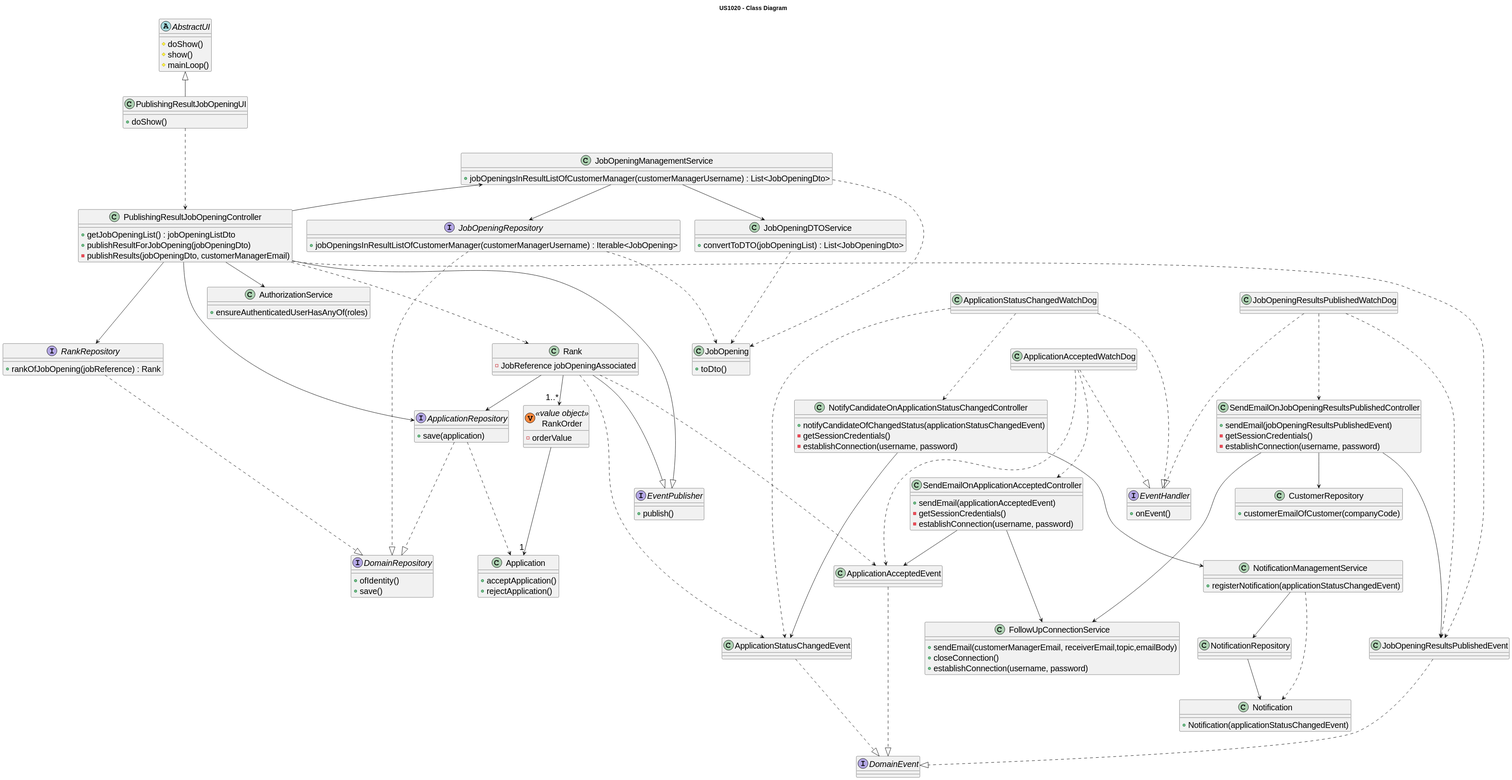
Before: docs/sprint-c/us_1020/design-diagrams/class-diagram.svg, a diagram exported from PlantUML (rita-barbosa/LAPR4-2324).
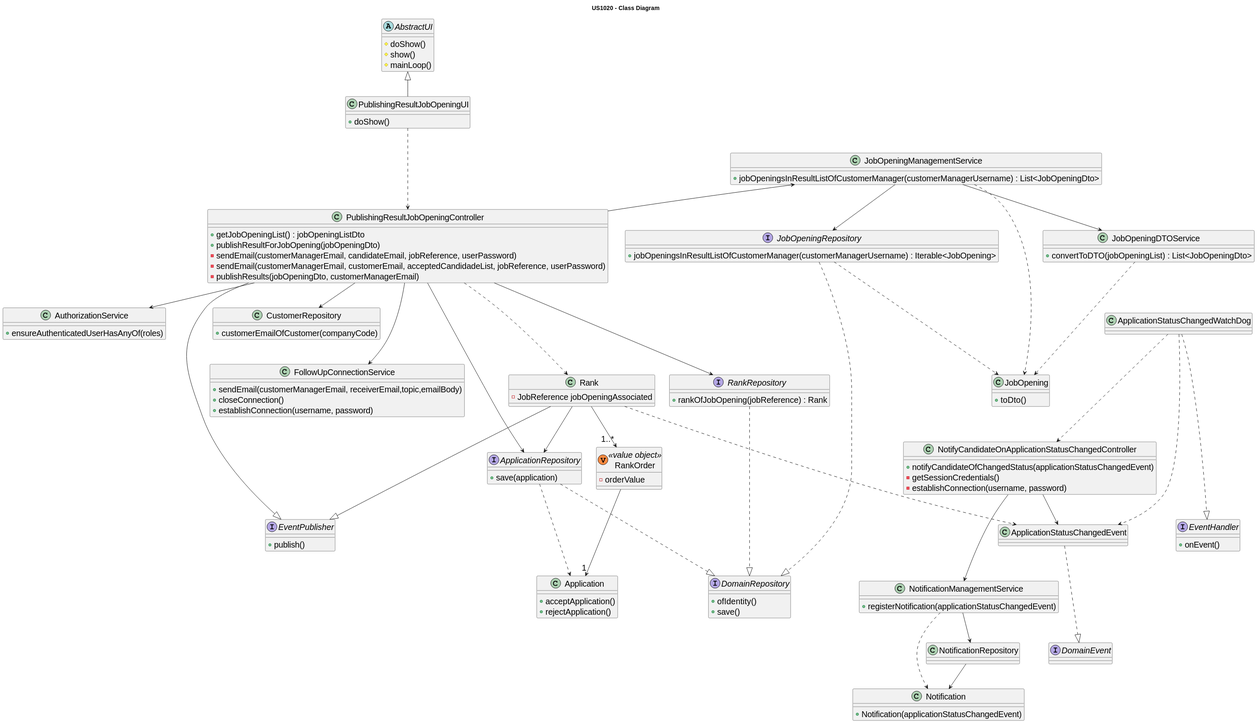
After the commit.

The edit, as a diff of the source:
```diff
@@ -18,6 +18,8 @@
 class PublishingResultJobOpeningController  {
 + getJobOpeningList() : jobOpeningListDto
 + publishResultForJobOpening(jobOpeningDto)
+- sendEmail(customerManagerEmail, candidateEmail, jobReference, userPassword)
+- sendEmail(customerManagerEmail, customerEmail, acceptedCandidadeList, jobReference, userPassword)
 - publishResults(jobOpeningDto, customerManagerEmail)
 }
 
@@ -72,16 +74,7 @@
 interface DomainEvent{
 }
 
-class JobOpeningResultsPublishedWatchDog{
-}
 
-class JobOpeningResultsPublishedEvent{
-}
-class SendEmailOnJobOpeningResultsPublishedController{
-+ sendEmail(jobOpeningResultsPublishedEvent)
-- getSessionCredentials()
-- establishConnection(username, password)
-}
 class CustomerRepository{
 + customerEmailOfCustomer(companyCode)
 }
@@ -105,16 +98,6 @@
 + Notification(applicationStatusChangedEvent)
 }
 
-class ApplicationAcceptedWatchDog{
-}
-
-class ApplicationAcceptedEvent{
-}
-class SendEmailOnApplicationAcceptedController{
-+ sendEmail(applicationAcceptedEvent)
-- getSessionCredentials()
-- establishConnection(username, password)
-}
 class FollowUpConnectionService{
 + sendEmail(customerManagerEmail, receiverEmail,topic,emailBody)
 + closeConnection()
@@ -139,41 +122,28 @@
 ApplicationRepository .--|> DomainRepository
 RankRepository .-|> DomainRepository
 
-ApplicationAcceptedEvent .-|> DomainEvent
-JobOpeningResultsPublishedEvent .--|> DomainEvent
 ApplicationStatusChangedEvent .--|> DomainEvent
 
 Rank ---|> EventPublisher
-ApplicationAcceptedWatchDog .--|> EventHandler
-JobOpeningResultsPublishedWatchDog .--|> EventHandler
 ApplicationStatusChangedWatchDog .---|> EventHandler
-ApplicationAcceptedWatchDog .--> SendEmailOnApplicationAcceptedController
-JobOpeningResultsPublishedWatchDog .--> SendEmailOnJobOpeningResultsPublishedController
 ApplicationStatusChangedWatchDog .--> NotifyCandidateOnApplicationStatusChangedController
-ApplicationAcceptedWatchDog .--> ApplicationAcceptedEvent
-JobOpeningResultsPublishedWatchDog .--> JobOpeningResultsPublishedEvent
 ApplicationStatusChangedWatchDog .--> ApplicationStatusChangedEvent
 
-SendEmailOnApplicationAcceptedController ---> FollowUpConnectionService
-SendEmailOnJobOpeningResultsPublishedController ---> FollowUpConnectionService
-SendEmailOnJobOpeningResultsPublishedController --> CustomerRepository
+PublishingResultJobOpeningController ---> FollowUpConnectionService
+PublishingResultJobOpeningController --> CustomerRepository
 NotifyCandidateOnApplicationStatusChangedController ---> NotificationManagementService
 NotificationManagementService .--> Notification
 NotificationManagementService --> NotificationRepository
 NotificationRepository --> Notification
 
-SendEmailOnApplicationAcceptedController --> ApplicationAcceptedEvent
-SendEmailOnJobOpeningResultsPublishedController ----> JobOpeningResultsPublishedEvent
 NotifyCandidateOnApplicationStatusChangedController --> ApplicationStatusChangedEvent
 PublishingResultJobOpeningController --> RankRepository
 PublishingResultJobOpeningController .--> Rank
 Rank --> "1..*" RankOrder
 RankOrder --> "1" Application
 Rank --> ApplicationRepository
-Rank .----> ApplicationStatusChangedEvent
-Rank .---> ApplicationAcceptedEvent
+Rank .--> ApplicationStatusChangedEvent
 
-PublishingResultJobOpeningController .-----> JobOpeningResultsPublishedEvent
 PublishingResultJobOpeningController  --|> EventPublisher
 PublishingResultJobOpeningController -up-> JobOpeningManagementService
 JobOpeningRepository .-|> DomainRepository
```
